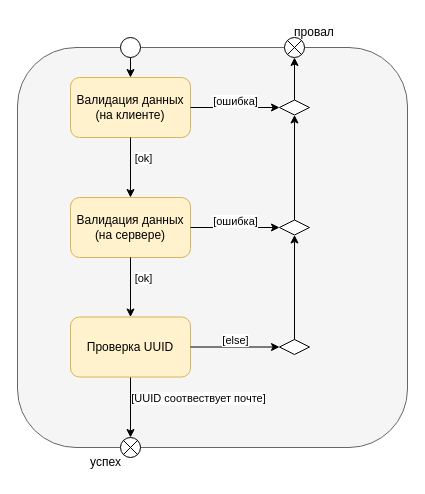
The draw.io diagram task2/raw/check_token.drawio in aVorotnikov/micro_design, before the edit. Source tidied: cells renumbered, new cells numbered last; positions are measured from the earlier drawing's top-left corner, leaving out a move shared by most shapes. Both pictures are drawn from the tidied source at 100%, with x=0, y=0 at pixel (17, 17).
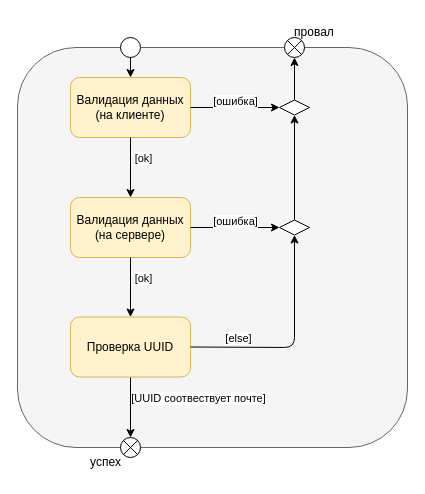
Above is the later version.

Unchanged cells that the change refers to:
```xml
<mxCell id="13" style="rhombus;whiteSpace=wrap;html=1;" parent="1" vertex="1">
  <mxGeometry x="262" y="202.5" width="30" height="15" as="geometry" />
</mxCell>
<mxCell id="17" value="Проверка UUID" style="rounded=1;whiteSpace=wrap;html=1;fillColor=#fff2cc;strokeColor=#d6b656;" parent="1" vertex="1">
  <mxGeometry x="53" y="299.5" width="120" height="60" as="geometry" />
</mxCell>
```

The edit, as a diff of the source:
```diff
@@
-    <mxCell id="20" style="rhombus;whiteSpace=wrap;html=1;" parent="1" vertex="1">
-      <mxGeometry x="262" y="322" width="30" height="15" as="geometry" />
-    </mxCell>
-    <mxCell id="21" style="endArrow=classic;html=1;rounded=1;exitX=0.5;exitY=0;exitDx=0;exitDy=0;entryX=0.5;entryY=1;entryDx=0;entryDy=0;curved=0;" parent="1" edge="1" source="20" target="13">
-      <mxGeometry relative="1" as="geometry" />
-    </mxCell>
-    <mxCell id="22" style="endArrow=classic;html=1;rounded=1;exitX=1;exitY=0.5;exitDx=0;exitDy=0;entryX=0;entryY=0.5;entryDx=0;entryDy=0;curved=0;" parent="1" edge="1" source="17" target="20">
-      <mxGeometry relative="1" as="geometry" />
+    <mxCell id="22" style="endArrow=classic;html=1;rounded=1;exitX=1;exitY=0.5;exitDx=0;exitDy=0;entryX=0.5;entryY=1;entryDx=0;entryDy=0;curved=0;" parent="1" edge="1" source="17" target="13">
+      <mxGeometry relative="1" as="geometry">
+        <Array as="points">
+          <mxPoint x="277" y="330" />
+        </Array>
+      </mxGeometry>
     </mxCell>
     <mxCell id="23" value="[else]" style="edgeLabel;html=1;align=center;verticalAlign=middle;" parent="22" vertex="1">
       <mxGeometry x="-0.01" y="3" relative="1" as="geometry">
-        <mxPoint y="-4" as="offset" />
+        <mxPoint x="-54" y="-7" as="offset" />
       </mxGeometry>
     </mxCell>
```
